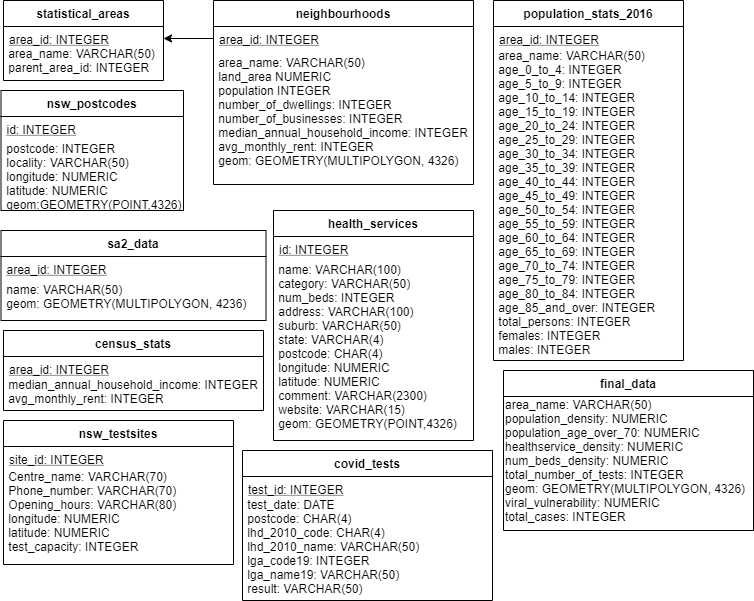
Before: schema/schema.png, a diagram exported from draw.io (KhangNguyen22/data2001-data-science). Source tidied: cells renumbered, new cells last; positions are measured from the earlier drawing's top-left corner, leaving out a move shared by most shapes.
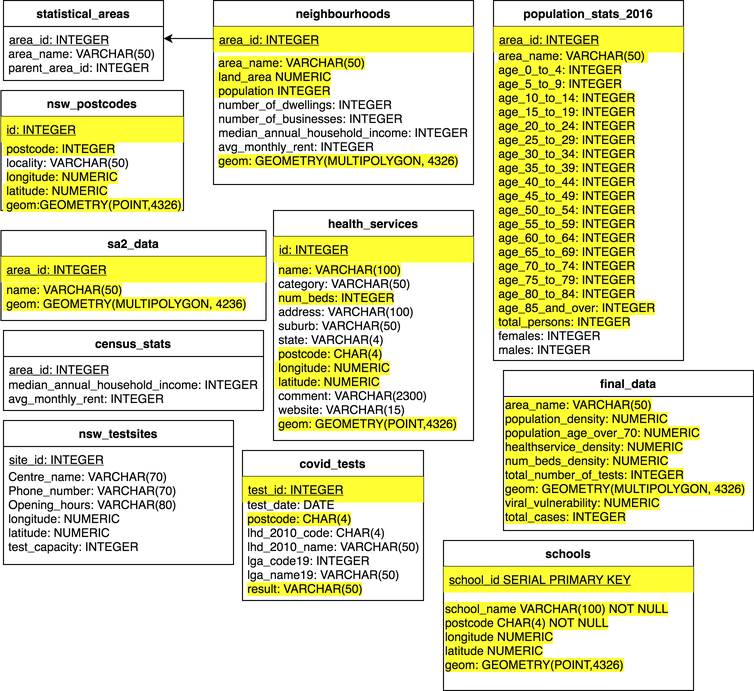
After the change.

Commit message:
schema was updated

Diff of the diagram source:
```diff
@@ -14,19 +14,19 @@
     <mxCell id="5" value="neighbourhoods" style="swimlane;fontStyle=1;align=center;verticalAlign=top;horizontal=1;startSize=26;rounded=0;shadow=0;strokeWidth=1;fillColor=none;" parent="1" vertex="1">
       <mxGeometry x="212" width="260" height="184" as="geometry" />
     </mxCell>
-    <mxCell id="6" value="area_id: INTEGER" style="text;align=left;verticalAlign=top;spacingLeft=4;spacingRight=4;overflow=hidden;points=[[0,0.5],[1,0.5]];portConstraint=eastwest;fillColor=none;fontStyle=4;" parent="5" vertex="1">
+    <mxCell id="6" value="area_id: INTEGER" style="text;align=left;verticalAlign=top;spacingLeft=4;spacingRight=4;overflow=hidden;points=[[0,0.5],[1,0.5]];portConstraint=eastwest;fillColor=#FFFF33;fontStyle=4;" parent="5" vertex="1">
       <mxGeometry y="26" width="260" height="26" as="geometry" />
     </mxCell>
-    <mxCell id="7" value="&amp;nbsp;area_name: VARCHAR(50)&lt;br&gt;&amp;nbsp;land_area NUMERIC&lt;br&gt;&amp;nbsp;population INTEGER&lt;br&gt;&amp;nbsp;number_of_dwellings: INTEGER&lt;br&gt;&amp;nbsp;number_of_businesses: INTEGER&lt;br&gt;&amp;nbsp;median_annual_household_income: INTEGER&lt;br&gt;&amp;nbsp;avg_monthly_rent: INTEGER&lt;br&gt;&amp;nbsp;geom: GEOMETRY(MULTIPOLYGON, 4326)" style="text;html=1;strokeColor=none;fillColor=none;align=left;verticalAlign=middle;whiteSpace=wrap;rounded=0;fontColor=#000000;" parent="5" vertex="1">
+    <mxCell id="7" value="&amp;nbsp;&lt;span style=&quot;background-color: rgb(255 , 255 , 51)&quot;&gt;area_name: VARCHAR(50)&lt;br&gt;&amp;nbsp;land_area NUMERIC&lt;br&gt;&amp;nbsp;population INTEGER&lt;/span&gt;&lt;br&gt;&amp;nbsp;number_of_dwellings: INTEGER&lt;br&gt;&amp;nbsp;number_of_businesses: INTEGER&lt;br&gt;&amp;nbsp;median_annual_household_income: INTEGER&lt;br&gt;&amp;nbsp;avg_monthly_rent: INTEGER&lt;br&gt;&amp;nbsp;&lt;span style=&quot;background-color: rgb(255 , 255 , 51)&quot;&gt;geom: GEOMETRY(MULTIPOLYGON, 4326)&lt;/span&gt;" style="text;html=1;strokeColor=none;fillColor=none;align=left;verticalAlign=middle;whiteSpace=wrap;rounded=0;fontColor=#000000;" parent="5" vertex="1">
       <mxGeometry y="52" width="260" height="118" as="geometry" />
     </mxCell>
     <mxCell id="8" value="nsw_postcodes" style="swimlane;fontStyle=1;align=center;verticalAlign=top;horizontal=1;startSize=26;rounded=0;shadow=0;strokeWidth=1;fillColor=none;" parent="1" vertex="1">
       <mxGeometry x="-0.5" y="90" width="182.5" height="120" as="geometry" />
     </mxCell>
-    <mxCell id="9" value="id: INTEGER" style="text;align=left;verticalAlign=top;spacingLeft=4;spacingRight=4;overflow=hidden;fillColor=none;fontColor=#000000;fontStyle=4;" parent="8" vertex="1">
+    <mxCell id="9" value="id: INTEGER" style="text;align=left;verticalAlign=top;spacingLeft=4;spacingRight=4;overflow=hidden;fillColor=#FFFF33;fontColor=#000000;fontStyle=4;" parent="8" vertex="1">
       <mxGeometry y="26" width="182.5" height="26" as="geometry" />
     </mxCell>
-    <mxCell id="10" value="&amp;nbsp;postcode: INTEGER&lt;br&gt;&amp;nbsp;locality: VARCHAR(50)&lt;br&gt;&amp;nbsp;longitude: NUMERIC&lt;br&gt;&amp;nbsp;latitude: NUMERIC&lt;br&gt;&amp;nbsp;geom:GEOMETRY(POINT,4326)" style="text;html=1;strokeColor=none;fillColor=none;align=left;verticalAlign=middle;whiteSpace=wrap;rounded=0;fontColor=#000000;" parent="8" vertex="1">
+    <mxCell id="10" value="&lt;span style=&quot;background-color: rgb(255 , 255 , 51)&quot;&gt;&amp;nbsp;postcode: INTEGER&lt;/span&gt;&lt;br&gt;&amp;nbsp;locality: VARCHAR(50)&lt;br&gt;&amp;nbsp;&lt;span style=&quot;background-color: rgb(255 , 255 , 51)&quot;&gt;longitude: NUMERIC&lt;br&gt;&amp;nbsp;latitude: NUMERIC&lt;br&gt;&amp;nbsp;geom:GEOMETRY(POINT,4326)&lt;/span&gt;" style="text;html=1;strokeColor=none;fillColor=none;align=left;verticalAlign=middle;whiteSpace=wrap;rounded=0;fontColor=#000000;" parent="8" vertex="1">
       <mxGeometry y="52" width="182.5" height="68" as="geometry" />
     </mxCell>
     <mxCell id="11" style="edgeStyle=orthogonalEdgeStyle;rounded=0;jettySize=auto;html=1;exitX=0;exitY=0.5;exitDx=0;exitDy=0;entryX=1;entryY=0.5;entryDx=0;entryDy=0;" parent="1" edge="1" source="6" target="3">
@@ -57,44 +57,53 @@
     <mxCell id="18" value="sa2_data" style="swimlane;fontStyle=1;align=center;verticalAlign=top;horizontal=1;startSize=26;rounded=0;shadow=0;strokeWidth=1;fillColor=none;" parent="1" vertex="1">
       <mxGeometry x="-0.5" y="230" width="265" height="90" as="geometry" />
     </mxCell>
-    <mxCell id="19" value="area_id: INTEGER" style="text;align=left;verticalAlign=top;spacingLeft=4;spacingRight=4;overflow=hidden;fillColor=none;fontStyle=4;" parent="18" vertex="1">
+    <mxCell id="19" value="area_id: INTEGER" style="text;align=left;verticalAlign=top;spacingLeft=4;spacingRight=4;overflow=hidden;fillColor=#FFFF33;fontStyle=4;" parent="18" vertex="1">
       <mxGeometry y="26" width="265" height="26" as="geometry" />
     </mxCell>
-    <mxCell id="20" value="&amp;nbsp;name: VARCHAR(50)&lt;br&gt;&amp;nbsp;geom: GEOMETRY(MULTIPOLYGON, 4236)" style="text;html=1;strokeColor=none;fillColor=none;align=left;verticalAlign=middle;whiteSpace=wrap;rounded=0;fontColor=#000000;" parent="18" vertex="1">
+    <mxCell id="20" value="&lt;span style=&quot;background-color: rgb(255 , 255 , 51)&quot;&gt;&amp;nbsp;name: VARCHAR(50)&lt;br&gt;&amp;nbsp;geom: GEOMETRY(MULTIPOLYGON, 4236)&lt;/span&gt;" style="text;html=1;strokeColor=none;fillColor=none;align=left;verticalAlign=middle;whiteSpace=wrap;rounded=0;fontColor=#000000;" parent="18" vertex="1">
       <mxGeometry y="52" width="265" height="28" as="geometry" />
     </mxCell>
     <mxCell id="21" value="health_services" style="swimlane;fontStyle=1;align=center;verticalAlign=top;horizontal=1;startSize=26;rounded=0;shadow=0;strokeWidth=1;fillColor=none;" parent="1" vertex="1">
       <mxGeometry x="272" y="210" width="200" height="230" as="geometry" />
     </mxCell>
-    <mxCell id="22" value="id: INTEGER" style="text;align=left;verticalAlign=top;spacingLeft=4;spacingRight=4;overflow=hidden;fillColor=none;fontStyle=4;" parent="21" vertex="1">
+    <mxCell id="22" value="id: INTEGER" style="text;align=left;verticalAlign=top;spacingLeft=4;spacingRight=4;overflow=hidden;fillColor=#FFFF33;fontStyle=4;" parent="21" vertex="1">
       <mxGeometry y="26" width="200" height="26" as="geometry" />
     </mxCell>
-    <mxCell id="23" value="&amp;nbsp;name: VARCHAR(100)&lt;br&gt;&amp;nbsp;category: VARCHAR(50)&lt;br&gt;&amp;nbsp;num_beds: INTEGER&lt;br&gt;&amp;nbsp;address: VARCHAR(100)&lt;br&gt;&amp;nbsp;suburb: VARCHAR(50)&lt;br&gt;&amp;nbsp;state: VARCHAR(4)&lt;br&gt;&amp;nbsp;postcode: CHAR(4)&lt;br&gt;&amp;nbsp;longitude: NUMERIC&lt;br&gt;&amp;nbsp;latitude: NUMERIC&lt;br&gt;&amp;nbsp;comment: VARCHAR(2300)&lt;br&gt;&amp;nbsp;website: VARCHAR(15)&lt;br&gt;&amp;nbsp;geom: GEOMETRY(POINT,4326)" style="text;html=1;strokeColor=none;fillColor=none;align=left;verticalAlign=middle;whiteSpace=wrap;rounded=0;fontColor=#000000;" parent="1" vertex="1">
+    <mxCell id="23" value="&amp;nbsp;&lt;span style=&quot;background-color: rgb(255 , 255 , 51)&quot;&gt;name: VARCHAR(100)&lt;/span&gt;&lt;br&gt;&amp;nbsp;category: VARCHAR(50)&lt;br&gt;&amp;nbsp;&lt;span style=&quot;background-color: rgb(255 , 255 , 51)&quot;&gt;num_beds: INTEGER&lt;/span&gt;&lt;br&gt;&amp;nbsp;address: VARCHAR(100)&lt;br&gt;&amp;nbsp;suburb: VARCHAR(50)&lt;br&gt;&amp;nbsp;state: VARCHAR(4)&lt;br&gt;&amp;nbsp;&lt;span style=&quot;background-color: rgb(255 , 255 , 51)&quot;&gt;postcode: CHAR(4)&lt;br&gt;&amp;nbsp;longitude: NUMERIC&lt;br&gt;&amp;nbsp;latitude: NUMERIC&lt;/span&gt;&lt;br&gt;&amp;nbsp;comment: VARCHAR(2300)&lt;br&gt;&amp;nbsp;website: VARCHAR(15)&lt;br&gt;&amp;nbsp;&lt;span style=&quot;background-color: rgb(255 , 255 , 51)&quot;&gt;geom: GEOMETRY(POINT,4326)&lt;/span&gt;" style="text;html=1;strokeColor=none;fillColor=none;align=left;verticalAlign=middle;whiteSpace=wrap;rounded=0;fontColor=#000000;" parent="1" vertex="1">
       <mxGeometry x="272" y="272" width="240" height="148" as="geometry" />
     </mxCell>
     <mxCell id="24" value="population_stats_2016" style="swimlane;fontStyle=1;align=center;verticalAlign=top;horizontal=1;startSize=26;rounded=0;shadow=0;strokeWidth=1;fillColor=none;" parent="1" vertex="1">
       <mxGeometry x="492" width="190" height="360" as="geometry" />
     </mxCell>
-    <mxCell id="25" value="area_id: INTEGER" style="text;align=left;verticalAlign=top;spacingLeft=4;spacingRight=4;overflow=hidden;fillColor=none;fontStyle=4;" parent="24" vertex="1">
+    <mxCell id="25" value="area_id: INTEGER" style="text;align=left;verticalAlign=top;spacingLeft=4;spacingRight=4;overflow=hidden;fillColor=#FFFF33;fontStyle=4;" parent="24" vertex="1">
       <mxGeometry y="26" width="190" height="26" as="geometry" />
     </mxCell>
-    <mxCell id="26" value="&amp;nbsp;area_name: VARCHAR(50)&amp;nbsp;&lt;br&gt;&amp;nbsp;age_0_to_4: INTEGER&lt;br&gt;&amp;nbsp;age_5_to_9: INTEGER&lt;br&gt;&amp;nbsp;age_10_to_14: INTEGER&lt;br&gt;&amp;nbsp;age_15_to_19: INTEGER&lt;br&gt;&amp;nbsp;age_20_to_24: INTEGER&lt;br&gt;&amp;nbsp;age_25_to_29: INTEGER&lt;br&gt;&amp;nbsp;age_30_to_34: INTEGER&lt;br&gt;&amp;nbsp;age_35_to_39: INTEGER&lt;br&gt;&amp;nbsp;age_40_to_44: INTEGER&lt;br&gt;&amp;nbsp;age_45_to_49: INTEGER&lt;br&gt;&amp;nbsp;age_50_to_54: INTEGER&lt;br&gt;&amp;nbsp;age_55_to_59: INTEGER&lt;br&gt;&amp;nbsp;age_60_to_64: INTEGER&lt;br&gt;&amp;nbsp;age_65_to_69: INTEGER&lt;br&gt;&amp;nbsp;age_70_to_74: INTEGER&lt;br&gt;&amp;nbsp;age_75_to_79: INTEGER&lt;br&gt;&amp;nbsp;age_80_to_84: INTEGER&lt;br&gt;&amp;nbsp;age_85_and_over: INTEGER&lt;br&gt;&amp;nbsp;total_persons: INTEGER&lt;br&gt;&amp;nbsp;females: INTEGER&lt;br&gt;&amp;nbsp;males: INTEGER" style="text;html=1;strokeColor=none;fillColor=none;align=left;verticalAlign=middle;whiteSpace=wrap;rounded=0;fontColor=#000000;" parent="24" vertex="1">
+    <mxCell id="26" value="&amp;nbsp;&lt;span style=&quot;background-color: rgb(255 , 255 , 51)&quot;&gt;area_name: VARCHAR(50)&amp;nbsp;&lt;br&gt;&amp;nbsp;age_0_to_4: INTEGER&lt;br&gt;&amp;nbsp;age_5_to_9: INTEGER&lt;br&gt;&amp;nbsp;age_10_to_14: INTEGER&lt;br&gt;&amp;nbsp;age_15_to_19: INTEGER&lt;br&gt;&amp;nbsp;age_20_to_24: INTEGER&lt;br&gt;&amp;nbsp;age_25_to_29: INTEGER&lt;br&gt;&amp;nbsp;age_30_to_34: INTEGER&lt;br&gt;&amp;nbsp;age_35_to_39: INTEGER&lt;br&gt;&amp;nbsp;age_40_to_44: INTEGER&lt;br&gt;&amp;nbsp;age_45_to_49: INTEGER&lt;br&gt;&amp;nbsp;age_50_to_54: INTEGER&lt;br&gt;&amp;nbsp;age_55_to_59: INTEGER&lt;br&gt;&amp;nbsp;age_60_to_64: INTEGER&lt;br&gt;&amp;nbsp;age_65_to_69: INTEGER&lt;br&gt;&amp;nbsp;age_70_to_74: INTEGER&lt;br&gt;&amp;nbsp;age_75_to_79: INTEGER&lt;br&gt;&amp;nbsp;age_80_to_84: INTEGER&lt;br&gt;&amp;nbsp;age_85_and_over: INTEGER&lt;br&gt;&amp;nbsp;total_persons: INTEGER&lt;/span&gt;&lt;br&gt;&amp;nbsp;females: INTEGER&lt;br&gt;&amp;nbsp;males: INTEGER" style="text;html=1;strokeColor=none;fillColor=none;align=left;verticalAlign=middle;whiteSpace=wrap;rounded=0;fontColor=#000000;" parent="24" vertex="1">
       <mxGeometry y="52" width="190" height="300" as="geometry" />
     </mxCell>
     <mxCell id="27" value="covid_tests" style="swimlane;fontStyle=1;align=center;verticalAlign=top;horizontal=1;startSize=26;rounded=0;shadow=0;strokeWidth=1;" parent="1" vertex="1">
-      <mxGeometry x="241" y="450" width="250" height="150" as="geometry" />
+      <mxGeometry x="241" y="450" width="181" height="150" as="geometry" />
     </mxCell>
-    <mxCell id="28" value="test_id: INTEGER" style="text;align=left;verticalAlign=top;spacingLeft=4;spacingRight=4;overflow=hidden;fillColor=none;fontStyle=4;" parent="27" vertex="1">
-      <mxGeometry y="26" width="250" height="26" as="geometry" />
+    <mxCell id="28" value="test_id: INTEGER" style="text;align=left;verticalAlign=top;spacingLeft=4;spacingRight=4;overflow=hidden;fillColor=#FFFF33;fontStyle=4;" parent="27" vertex="1">
+      <mxGeometry y="26" width="181" height="26" as="geometry" />
     </mxCell>
-    <mxCell id="29" value="&amp;nbsp;test_date: DATE&lt;br&gt;&amp;nbsp;postcode: CHAR(4)&lt;br&gt;&amp;nbsp;lhd_2010_code: CHAR(4)&lt;br&gt;&amp;nbsp;lhd_2010_name: VARCHAR(50)&lt;br&gt;&amp;nbsp;lga_code19: INTEGER&lt;br&gt;&amp;nbsp;lga_name19: VARCHAR(50)&lt;br&gt;&amp;nbsp;result: VARCHAR(50)" style="text;html=1;strokeColor=none;fillColor=none;align=left;verticalAlign=middle;whiteSpace=wrap;rounded=0;fontColor=#000000;" parent="27" vertex="1">
-      <mxGeometry y="52" width="250" height="88" as="geometry" />
+    <mxCell id="29" value="&amp;nbsp;test_date: DATE&lt;br&gt;&amp;nbsp;&lt;span style=&quot;background-color: rgb(255 , 255 , 51)&quot;&gt;postcode: CHAR(4)&lt;/span&gt;&lt;br&gt;&amp;nbsp;lhd_2010_code: CHAR(4)&lt;br&gt;&amp;nbsp;lhd_2010_name: VARCHAR(50)&lt;br&gt;&amp;nbsp;lga_code19: INTEGER&lt;br&gt;&amp;nbsp;lga_name19: VARCHAR(50)&lt;br&gt;&amp;nbsp;&lt;span style=&quot;background-color: rgb(255 , 255 , 51)&quot;&gt;result: VARCHAR(50)&lt;/span&gt;" style="text;html=1;strokeColor=none;fillColor=none;align=left;verticalAlign=middle;whiteSpace=wrap;rounded=0;fontColor=#000000;" parent="27" vertex="1">
+      <mxGeometry y="52" width="181" height="88" as="geometry" />
     </mxCell>
     <mxCell id="30" value="final_data" style="swimlane;fontStyle=1;align=center;verticalAlign=top;horizontal=1;startSize=26;rounded=0;shadow=0;strokeWidth=1;" parent="1" vertex="1">
       <mxGeometry x="502" y="370" width="250" height="160" as="geometry" />
     </mxCell>
-    <mxCell id="31" value="area_name: VARCHAR(50)&lt;br&gt;population_density: NUMERIC&lt;br&gt;population_age_over_70: NUMERIC&lt;br&gt;healthservice_density: NUMERIC&lt;br&gt;num_beds_density: NUMERIC&lt;br&gt;total_number_of_tests: INTEGER&lt;br&gt;geom: GEOMETRY(MULTIPOLYGON, 4326)&lt;br&gt;viral_vulnerability: NUMERIC&lt;br&gt;total_cases: INTEGER" style="text;html=1;strokeColor=none;fillColor=none;align=left;verticalAlign=middle;whiteSpace=wrap;rounded=0;fontColor=#000000;" parent="30" vertex="1">
+    <mxCell id="31" value="&lt;span style=&quot;background-color: rgb(255 , 255 , 51)&quot;&gt;area_name: VARCHAR(50)&lt;br&gt;population_density: NUMERIC&lt;br&gt;population_age_over_70: NUMERIC&lt;br&gt;healthservice_density: NUMERIC&lt;br&gt;num_beds_density: NUMERIC&lt;br&gt;total_number_of_tests: INTEGER&lt;br&gt;geom: GEOMETRY(MULTIPOLYGON, 4326)&lt;br&gt;viral_vulnerability: NUMERIC&lt;br&gt;total_cases: INTEGER&lt;/span&gt;" style="text;html=1;strokeColor=none;fillColor=none;align=left;verticalAlign=middle;whiteSpace=wrap;rounded=0;fontColor=#000000;" parent="30" vertex="1">
       <mxGeometry y="26" width="250" height="128" as="geometry" />
     </mxCell>
+    <mxCell id="32" value="schools" style="swimlane;fontStyle=1;align=center;verticalAlign=top;horizontal=1;startSize=26;rounded=0;shadow=0;strokeWidth=1;" parent="1" vertex="1">
+      <mxGeometry x="442" y="540" width="250" height="150" as="geometry" />
+    </mxCell>
+    <mxCell id="33" value="school_id SERIAL PRIMARY KEY" style="text;align=left;verticalAlign=top;spacingLeft=4;spacingRight=4;overflow=hidden;fillColor=#FFFF33;fontStyle=4;" parent="32" vertex="1">
+      <mxGeometry y="26" width="250" height="26" as="geometry" />
+    </mxCell>
+    <mxCell id="34" value="&lt;div&gt;&lt;span style=&quot;background-color: rgb(255 , 255 , 51)&quot;&gt;&lt;span&gt;school_name VARCHAR(100) NOT NULL&lt;/span&gt;&lt;br&gt;&lt;/span&gt;&lt;/div&gt;&lt;div&gt;&lt;span style=&quot;background-color: rgb(255 , 255 , 51)&quot;&gt;&lt;span&gt;postcode CHAR(4) NOT NULL&lt;/span&gt;&lt;br&gt;&lt;/span&gt;&lt;/div&gt;&lt;div&gt;&lt;span style=&quot;background-color: rgb(255 , 255 , 51)&quot;&gt;longitude NUMERIC&lt;/span&gt;&lt;/div&gt;&lt;div&gt;&lt;span style=&quot;background-color: rgb(255 , 255 , 51)&quot;&gt;latitude NUMERIC&lt;/span&gt;&lt;/div&gt;&lt;div&gt;&lt;span style=&quot;background-color: rgb(255 , 255 , 51)&quot;&gt;geom: GEOMETRY(POINT,4326)&lt;/span&gt;&lt;/div&gt;" style="text;html=1;strokeColor=none;fillColor=none;align=left;verticalAlign=middle;whiteSpace=wrap;rounded=0;fontColor=#000000;" parent="32" vertex="1">
+      <mxGeometry y="52" width="250" height="88" as="geometry" />
+    </mxCell>
   </root>
 </mxGraphModel>
```
